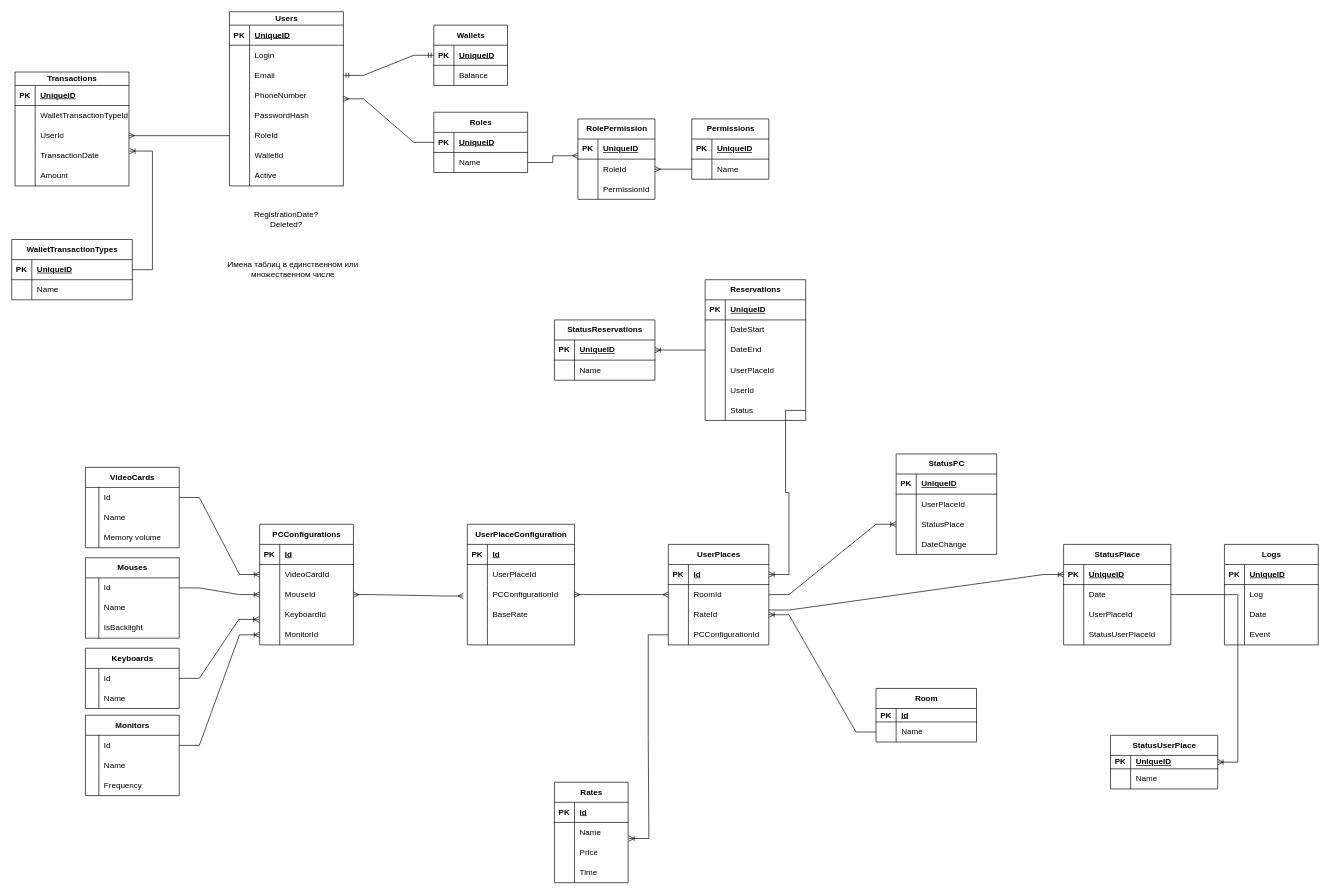
Above: ER night-meerkats.drawio in IIeasyII/night-meerkats (draw.io), before the change. Source tidied: cells renumbered, new cells numbered last; positions are measured from the earlier drawing's top-left corner, leaving out a move shared by most shapes. Both pictures are drawn from the tidied source at 67%, with x=0, y=0 at pixel (11, 11).
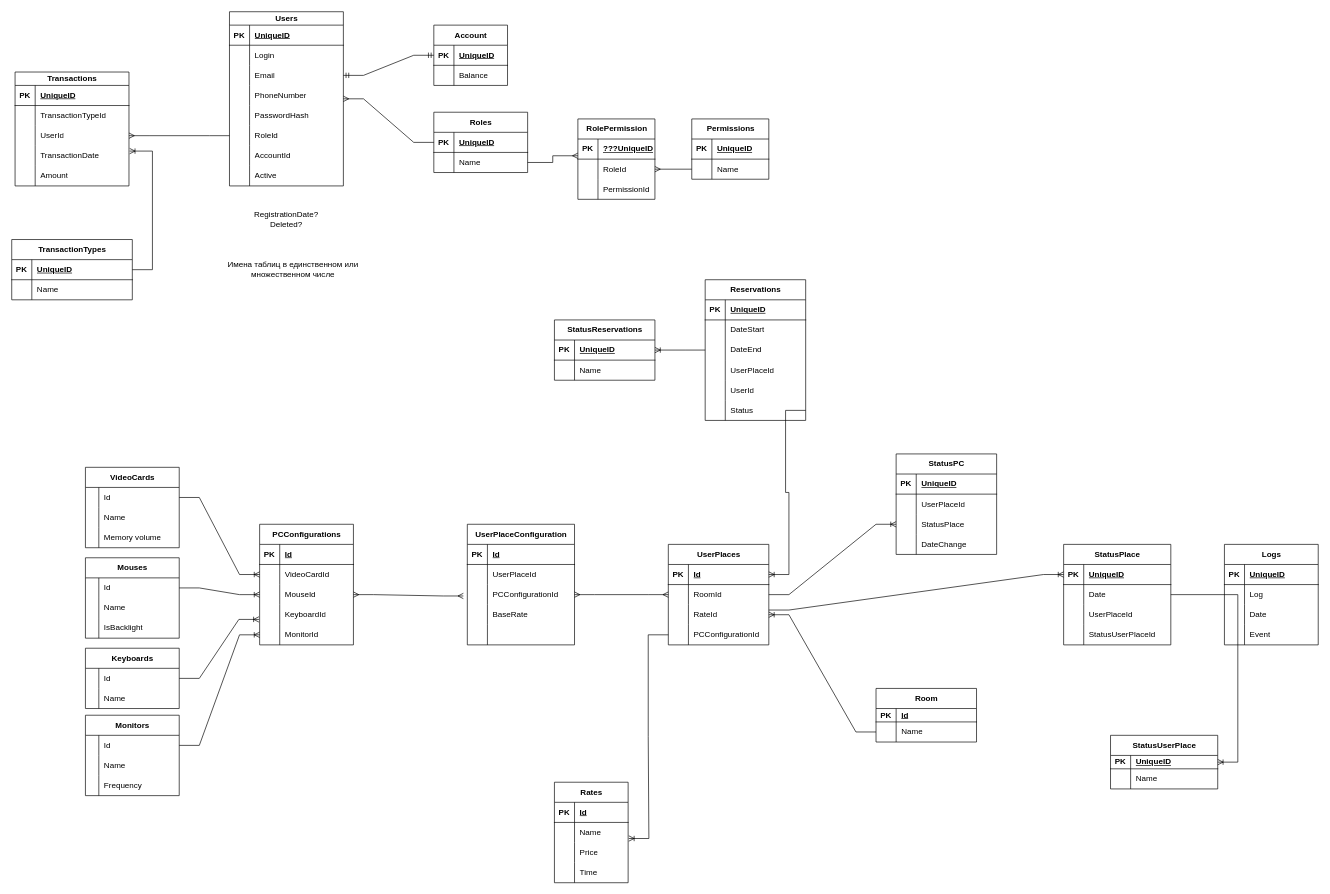
The same page after the edit.

Unchanged cells that the change refers to:
```xml
<mxCell id="42" style="shape=tableRow;horizontal=0;startSize=0;swimlaneHead=0;swimlaneBody=0;fillColor=none;top=0;left=0;right=0;bottom=0;" parent="23" vertex="1">
  <mxGeometry y="200" width="170" height="30" as="geometry" />
</mxCell>
<mxCell id="189" style="shape=tableRow;horizontal=0;startSize=0;swimlaneHead=0;swimlaneBody=0;fillColor=none;top=0;left=0;right=0;bottom=0;" parent="185" vertex="1">
  <mxGeometry y="50" width="170" height="30" as="geometry" />
</mxCell>
<mxCell id="265" style="shape=tableRow;horizontal=0;startSize=0;swimlaneHead=0;swimlaneBody=0;fillColor=none;top=0;left=0;right=0;bottom=1;" parent="264" vertex="1">
  <mxGeometry y="30" width="115" height="30" as="geometry" />
</mxCell>
```

The edit, as a diff of the source:
```diff
@@
-    <mxCell id="16" value="Wallets" style="shape=table;startSize=30;childLayout=tableLayout;rowLines=0;fontStyle=1;align=center;html=1;" parent="1" vertex="1">
+    <mxCell id="16" value="Account" style="shape=table;startSize=30;childLayout=tableLayout;rowLines=0;fontStyle=1;align=center;html=1;" parent="1" vertex="1">
       <mxGeometry x="630" y="20" width="110" height="90" as="geometry" />
     </mxCell>
@@
-    <mxCell id="44" value="WalletId" style="shape=partialRectangle;fillColor=none;top=0;left=0;bottom=0;right=0;align=left;spacingLeft=6;overflow=hidden;whiteSpace=wrap;html=1;" parent="42" vertex="1">
+    <mxCell id="44" value="AccountId" style="shape=partialRectangle;fillColor=none;top=0;left=0;bottom=0;right=0;align=left;spacingLeft=6;overflow=hidden;whiteSpace=wrap;html=1;" parent="42" vertex="1">
       <mxGeometry x="30" width="140" height="30" as="geometry" />
     </mxCell>
@@
-    <mxCell id="169" value="WalletTransactionTypes" style="shape=table;startSize=30;childLayout=tableLayout;rowLines=0;fontStyle=1;align=center;html=1;" parent="1" vertex="1">
+    <mxCell id="169" value="TransactionTypes" style="shape=table;startSize=30;childLayout=tableLayout;rowLines=0;fontStyle=1;align=center;html=1;" parent="1" vertex="1">
       <mxGeometry y="340" width="180" height="90" as="geometry" />
     </mxCell>
@@
-    <mxCell id="191" value="WalletTransactionTypeId" style="shape=partialRectangle;fillColor=none;top=0;left=0;bottom=0;right=0;align=left;spacingLeft=6;overflow=hidden;whiteSpace=wrap;html=1;" parent="189" vertex="1">
+    <mxCell id="191" value="TransactionTypeId" style="shape=partialRectangle;fillColor=none;top=0;left=0;bottom=0;right=0;align=left;spacingLeft=6;overflow=hidden;whiteSpace=wrap;html=1;" parent="189" vertex="1">
       <mxGeometry x="30" width="140" height="30" as="geometry" />
     </mxCell>
@@
-    <mxCell id="267" value="UniqueID" style="shape=partialRectangle;fillColor=none;top=0;left=0;bottom=0;right=0;align=left;spacingLeft=6;fontStyle=5;overflow=hidden;whiteSpace=wrap;html=1;" parent="265" vertex="1">
+    <mxCell id="267" value="???UniqueID" style="shape=partialRectangle;fillColor=none;top=0;left=0;bottom=0;right=0;align=left;spacingLeft=6;fontStyle=5;overflow=hidden;whiteSpace=wrap;html=1;" parent="265" vertex="1">
       <mxGeometry x="30" width="85" height="30" as="geometry" />
     </mxCell>
```
